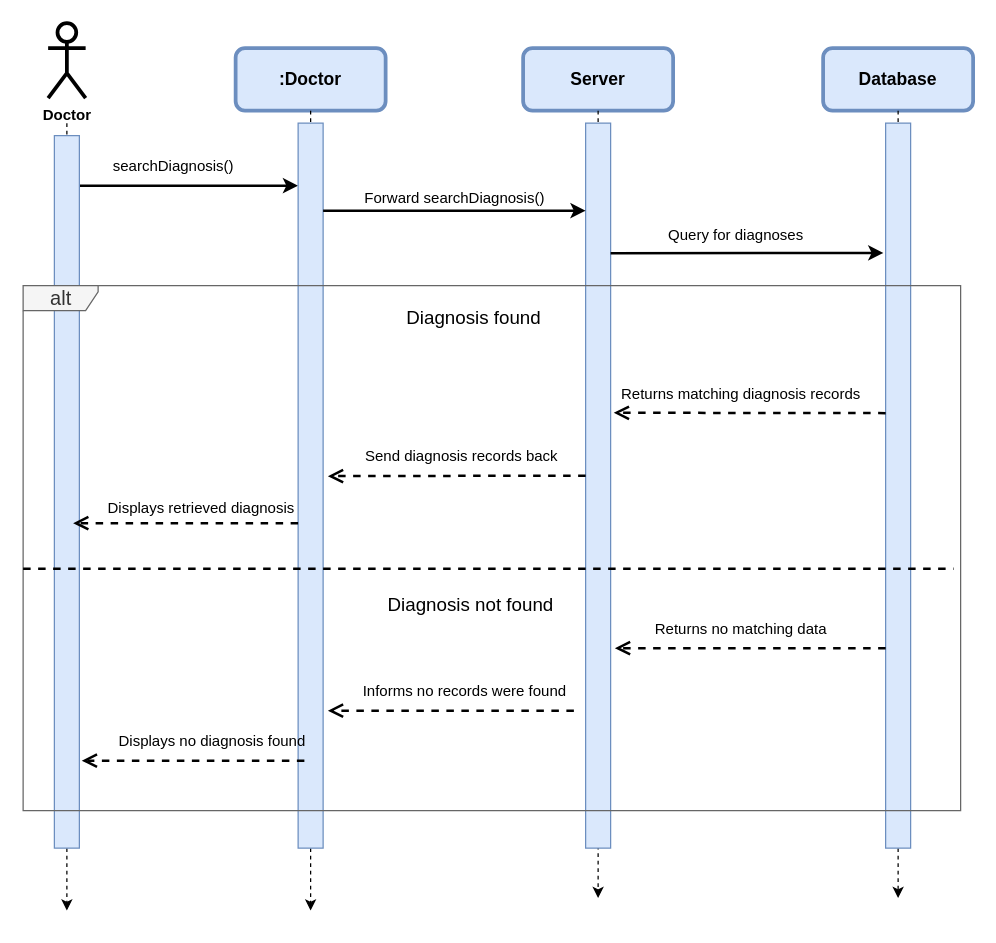
This is UseCase_Diagram/Saron/searchDiagnosis.dio from Nama21yo/SDS-EMR, a draw.io file, before an edit. Source tidied: cells renumbered, new cells numbered last; positions are measured from the earlier drawing's top-left corner, leaving out a move shared by most shapes. Both pictures are drawn from the tidied source at 125%, with x=0, y=0 at pixel (22, 22).
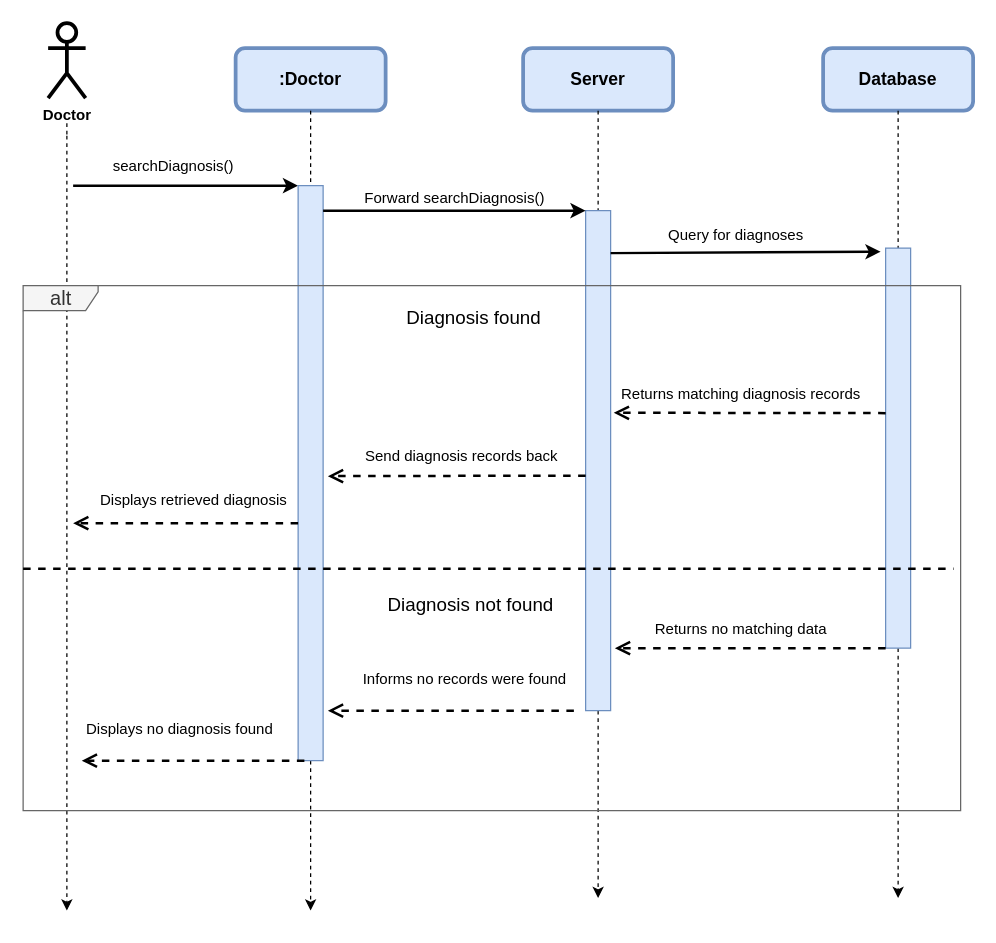
Above is the later version.

The change refers to these unchanged cells:
```xml
<mxCell id="23" value="&lt;font style=&quot;font-size: 16px;&quot;&gt;alt&lt;/font&gt;" style="shape=umlFrame;tabWidth=110;tabHeight=30;tabPosition=left;html=1;boundedLbl=1;labelInHeader=1;width=60;height=20;rounded=0;shadow=0;glass=0;sketch=0;fontSize=15;fillColor=#f5f5f5;fontColor=#333333;strokeColor=#666666;" parent="1" vertex="1">
  <mxGeometry y="210" width="750" height="420" as="geometry" />
</mxCell>
```

What changed in the source:
```diff
@@
-    <mxCell id="3" style="edgeStyle=none;html=1;dashed=1;strokeWidth=1;startArrow=none;" parent="1" edge="1" source="21">
+    <mxCell id="3" style="edgeStyle=none;html=1;dashed=1;strokeWidth=1;startArrow=none;" parent="1" edge="1">
       <mxGeometry relative="1" as="geometry">
+        <mxPoint x="35" y="90" as="sourcePoint" />
         <mxPoint x="35" y="710" as="targetPoint" />
         <Array as="points">
           <mxPoint x="35" y="130" />
         </Array>
       </mxGeometry>
     </mxCell>
@@
-    <mxCell id="6" value="&lt;span style=&quot;font-size: 14px;&quot;&gt;&lt;b&gt;:Doctor&lt;/b&gt;&lt;/span&gt;" style="rounded=1;whiteSpace=wrap;html=1;strokeWidth=3;fillColor=#dae8fc;strokeColor=#6c8ebf;" parent="1" vertex="1">
+    <mxCell id="6" value="&lt;span style=&quot;font-size: 14px;&quot;&gt;&lt;b&gt;&lt;font color=&quot;#000000&quot;&gt;:Doctor&lt;/font&gt;&lt;/b&gt;&lt;/span&gt;" style="rounded=1;whiteSpace=wrap;html=1;strokeWidth=3;fillColor=#dae8fc;strokeColor=#6c8ebf;" parent="1" vertex="1">
       <mxGeometry x="170" y="20" width="120" height="50" as="geometry" />
     </mxCell>
@@
-    <mxCell id="8" value="&lt;span style=&quot;font-size: 14px;&quot;&gt;&lt;b&gt;Server&lt;/b&gt;&lt;/span&gt;" style="rounded=1;whiteSpace=wrap;html=1;strokeWidth=3;fillColor=#dae8fc;strokeColor=#6c8ebf;" parent="1" vertex="1">
+    <mxCell id="8" value="&lt;span style=&quot;font-size: 14px;&quot;&gt;&lt;b&gt;&lt;font color=&quot;#000000&quot;&gt;Server&lt;/font&gt;&lt;/b&gt;&lt;/span&gt;" style="rounded=1;whiteSpace=wrap;html=1;strokeWidth=3;fillColor=#dae8fc;strokeColor=#6c8ebf;" parent="1" vertex="1">
       <mxGeometry x="400" y="20" width="120" height="50" as="geometry" />
     </mxCell>
@@
     <mxCell id="10" style="html=1;perimeter=orthogonalPerimeter;fontSize=13;fillColor=#dae8fc;strokeColor=#6c8ebf;" parent="1" vertex="1">
-      <mxGeometry x="450" y="80" width="20" height="580" as="geometry" />
+      <mxGeometry x="450" y="150" width="20" height="400" as="geometry" />
     </mxCell>
@@
     <mxCell id="12" style="html=1;points=[];perimeter=orthogonalPerimeter;fontSize=13;fillColor=#dae8fc;strokeColor=#6c8ebf;" parent="1" vertex="1">
-      <mxGeometry x="220" y="80" width="20" height="580" as="geometry" />
+      <mxGeometry x="220" y="130" width="20" height="460" as="geometry" />
     </mxCell>
@@
-    <mxCell id="15" value="&lt;span style=&quot;font-size: 14px;&quot;&gt;&lt;b&gt;Database&lt;/b&gt;&lt;/span&gt;" style="rounded=1;whiteSpace=wrap;html=1;strokeWidth=3;fillColor=#dae8fc;strokeColor=#6c8ebf;" parent="1" vertex="1">
+    <mxCell id="15" value="&lt;span style=&quot;font-size: 14px;&quot;&gt;&lt;b&gt;&lt;font color=&quot;#000000&quot;&gt;Database&lt;/font&gt;&lt;/b&gt;&lt;/span&gt;" style="rounded=1;whiteSpace=wrap;html=1;strokeWidth=3;fillColor=#dae8fc;strokeColor=#6c8ebf;" parent="1" vertex="1">
       <mxGeometry x="640" y="20" width="120" height="50" as="geometry" />
     </mxCell>
-    <mxCell id="16" style="endArrow=classic;html=1;strokeWidth=2;entryX=-0.089;entryY=0.179;entryDx=0;entryDy=0;entryPerimeter=0;" parent="1" edge="1" target="19">
+    <mxCell id="16" style="endArrow=classic;html=1;strokeWidth=2;entryX=-0.2;entryY=0.009;entryDx=0;entryDy=0;entryPerimeter=0;" parent="1" edge="1" target="19">
       <mxGeometry relative="1" as="geometry">
         <mxPoint x="470" y="184" as="sourcePoint" />
       </mxGeometry>
     </mxCell>
@@
     <mxCell id="19" style="html=1;points=[];perimeter=orthogonalPerimeter;fontSize=13;fillColor=#dae8fc;strokeColor=#6c8ebf;" parent="1" vertex="1">
-      <mxGeometry x="690" y="80" width="20" height="580" as="geometry" />
+      <mxGeometry x="690" y="180" width="20" height="320" as="geometry" />
     </mxCell>
-    <mxCell id="20" style="edgeStyle=none;html=1;dashed=1;strokeWidth=1;startArrow=none;endArrow=none;" parent="1" edge="1" target="21">
+    <mxCell id="20" style="edgeStyle=none;html=1;dashed=1;strokeWidth=1;startArrow=none;endArrow=none;" parent="1" edge="1">
       <mxGeometry relative="1" as="geometry">
         <mxPoint x="35" y="80" as="sourcePoint" />
+        <mxPoint x="35" y="90" as="targetPoint" />
       </mxGeometry>
     </mxCell>
-    <mxCell id="21" style="html=1;points=[];perimeter=orthogonalPerimeter;fontSize=13;fillColor=#dae8fc;strokeColor=#6c8ebf;" parent="1" vertex="1">
-      <mxGeometry x="25" y="90" width="20" height="570" as="geometry" />
-    </mxCell>
@@
     <mxCell id="32" value="Displays retrieved diagnosis&amp;nbsp;" style="text;whiteSpace=wrap;html=1;" parent="23" vertex="1">
-      <mxGeometry x="65.6" y="163.9" width="233.8" height="60" as="geometry" />
+      <mxGeometry x="60" y="158.1" width="170" height="31.9" as="geometry" />
     </mxCell>
@@
     <mxCell id="36" value="Informs no records were found" style="text;html=1;align=center;verticalAlign=middle;strokeColor=none;fillColor=none;" parent="23" vertex="1">
-      <mxGeometry x="257.8" y="310" width="190" height="30" as="geometry" />
+      <mxGeometry x="257.8" y="300" width="190" height="30" as="geometry" />
     </mxCell>
@@
     <mxCell id="38" value="Displays no diagnosis found" style="text;html=1;align=center;verticalAlign=middle;strokeColor=none;fillColor=none;" parent="23" vertex="1">
-      <mxGeometry x="65.6" y="350" width="170" height="30" as="geometry" />
+      <mxGeometry x="40" y="340" width="170" height="30" as="geometry" />
     </mxCell>
```
